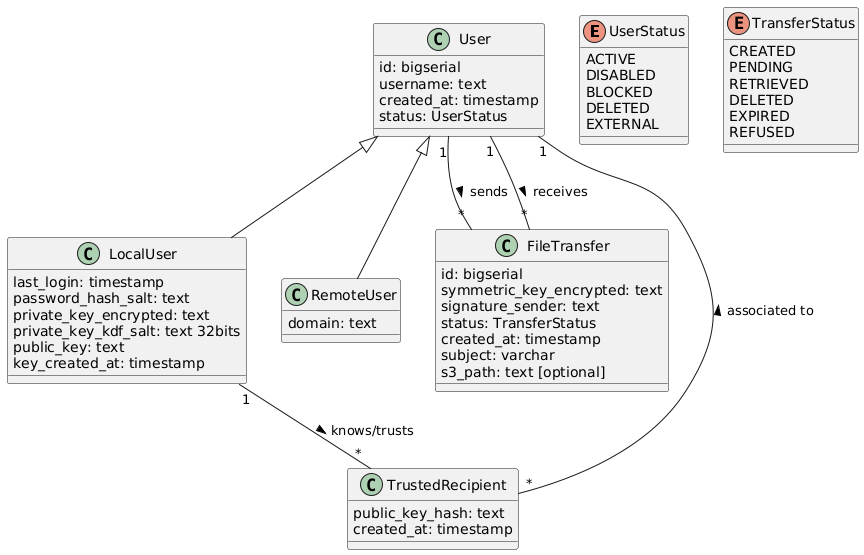
Before: documents/umls/dist/database_schema.png, a diagram exported from PlantUML (BananaTransfer/BananaTransfer). Its source is kept beside it as documents/umls/database_schema.puml.
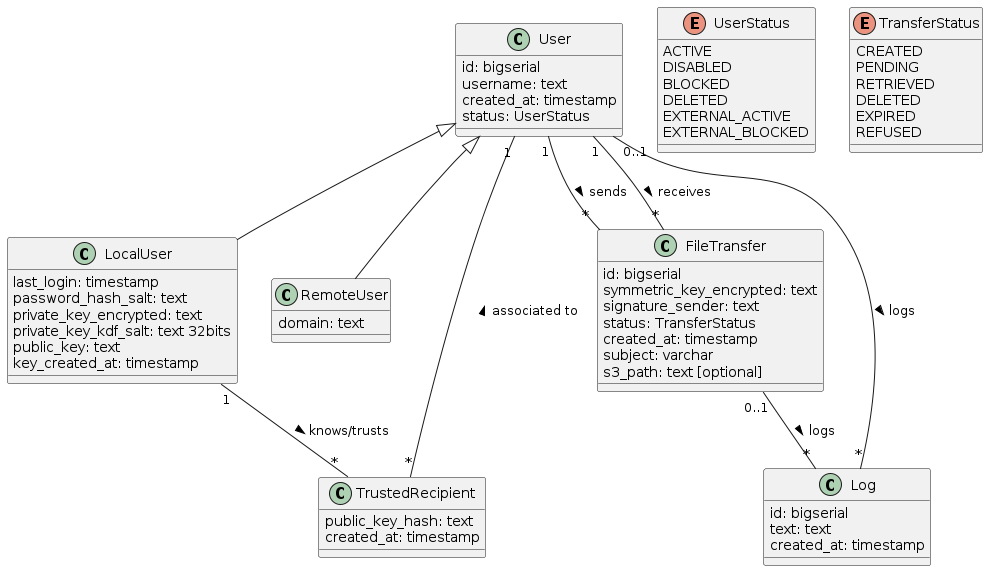
After the change.

The edit, as a diff of the source:
```diff
@@ -5,7 +5,8 @@
     DISABLED
     BLOCKED
     DELETED
-    EXTERNAL
+    EXTERNAL_ACTIVE
+    EXTERNAL_BLOCKED
 }
 
 enum TransferStatus {
@@ -52,6 +53,12 @@
     created_at: timestamp
 }
 
+class Log {
+    id: bigserial
+    text: text
+    created_at: timestamp
+}
+
 LocalUser -up-|> User
 RemoteUser -up-|> User
 
@@ -61,4 +68,7 @@
 LocalUser "1" -- "*" TrustedRecipient: knows/trusts >
 TrustedRecipient "*" -- "1" User: associated to >
 
+User "0..1" -- "*" Log: logs >
+FileTransfer "0..1" -- "*" Log: logs >
+
 @enduml
```
